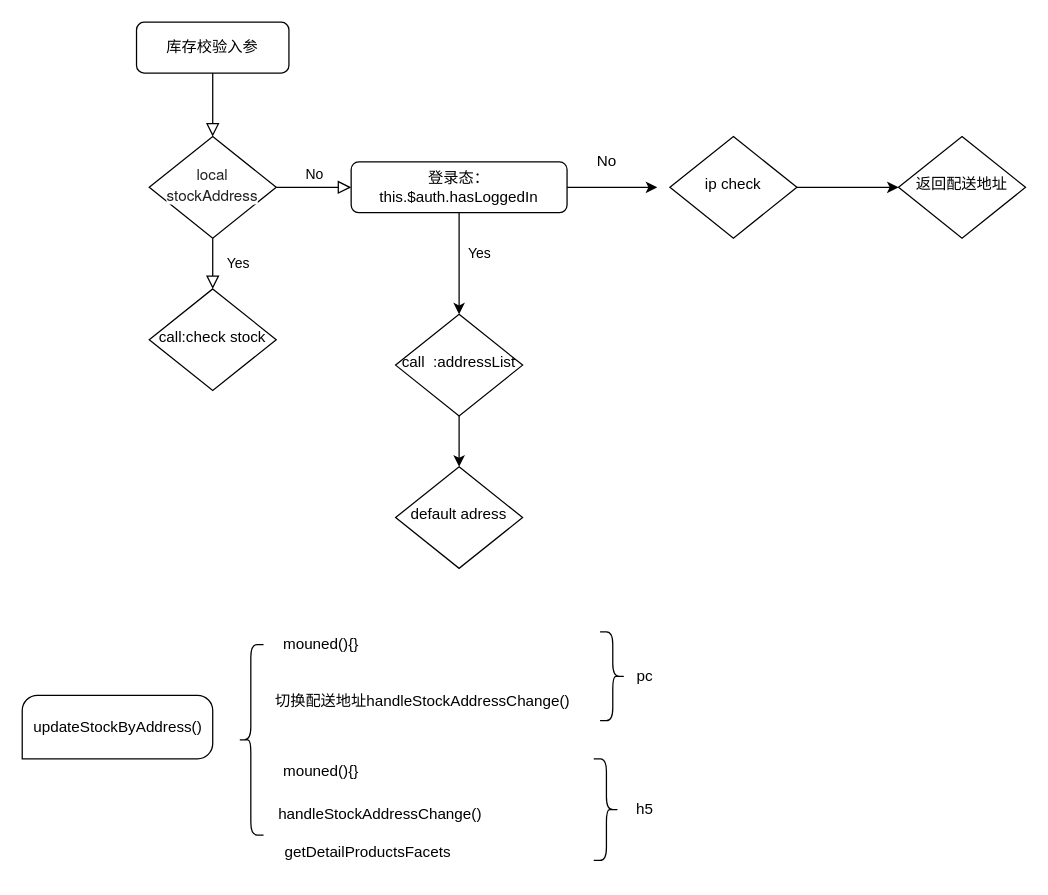
The draw.io diagram 设计/Untitled Diagram.drawio in yifoo/Sidea, before the edit. Source tidied: cells renumbered, new cells numbered last; positions are measured from the earlier drawing's top-left corner, leaving out a move shared by most shapes. Both pictures are drawn from the tidied source at 127%, with x=0, y=0 at pixel (22, 22).
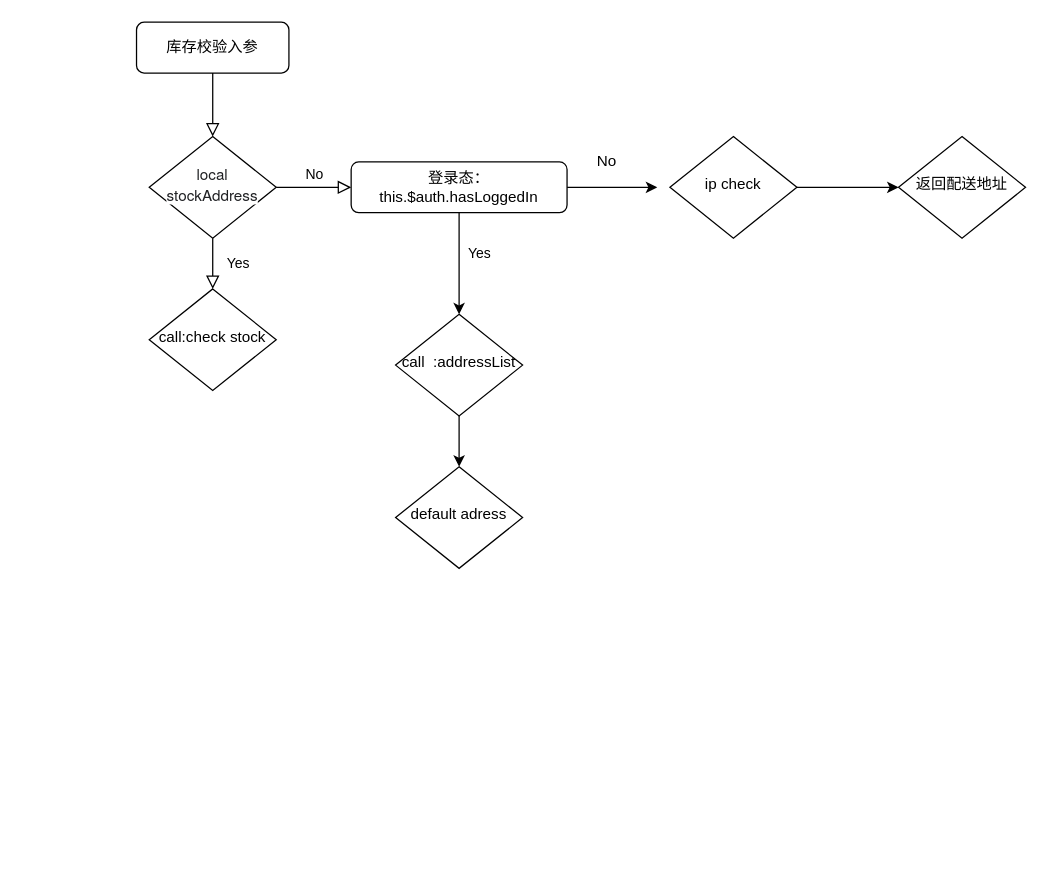
The same page after the edit.

The edit, as a diff of the source:
```diff
@@
-    <mxCell id="19" style="verticalLabelPosition=bottom;verticalAlign=top;html=1;shape=mxgraph.basic.three_corner_round_rect;dx=6;" parent="1" vertex="1">
-      <mxGeometry y="530" width="150" height="50" as="geometry" />
-    </mxCell>
-    <mxCell id="20" style="shape=curlyBracket;whiteSpace=wrap;html=1;rounded=1;" parent="1" vertex="1">
-      <mxGeometry x="170" y="490" width="20" height="150" as="geometry" />
-    </mxCell>
-    <mxCell id="21" value="updateStockByAddress()" style="text;html=1;align=center;verticalAlign=middle;strokeColor=none;fillColor=none;" parent="1" vertex="1">
-      <mxGeometry y="545" width="150" height="20" as="geometry" />
-    </mxCell>
-    <mxCell id="22" value="mouned(){}" style="text;html=1;align=center;verticalAlign=middle;strokeColor=none;fillColor=none;" parent="1" vertex="1">
-      <mxGeometry x="200" y="480" width="70" height="20" as="geometry" />
-    </mxCell>
-    <mxCell id="23" value="切换配送地址handleStockAddressChange()" style="text;html=1;align=center;verticalAlign=middle;strokeColor=none;fillColor=none;" parent="1" vertex="1">
-      <mxGeometry x="190" y="525" width="250" height="20" as="geometry" />
-    </mxCell>
-    <mxCell id="24" style="shape=curlyBracket;whiteSpace=wrap;html=1;rounded=1;flipH=1;" parent="1" vertex="1">
-      <mxGeometry x="455" y="480" width="20" height="70" as="geometry" />
-    </mxCell>
-    <mxCell id="25" value="pc" style="text;html=1;align=center;verticalAlign=middle;strokeColor=none;fillColor=none;" parent="1" vertex="1">
-      <mxGeometry x="475" y="505" width="30" height="20" as="geometry" />
-    </mxCell>
-    <mxCell id="26" value="mouned(){}" style="text;html=1;align=center;verticalAlign=middle;strokeColor=none;fillColor=none;" parent="1" vertex="1">
-      <mxGeometry x="200" y="580" width="70" height="20" as="geometry" />
-    </mxCell>
-    <mxCell id="27" value="&lt;span style=&quot;text-align: center&quot;&gt;handleStockAddressChange()&lt;/span&gt;" style="text;whiteSpace=wrap;html=1;" parent="1" vertex="1">
-      <mxGeometry x="200" y="610" width="80" height="30" as="geometry" />
-    </mxCell>
-    <mxCell id="28" value="getDetailProductsFacets" style="text;whiteSpace=wrap;html=1;" parent="1" vertex="1">
-      <mxGeometry x="205" y="640" width="80" height="30" as="geometry" />
-    </mxCell>
-    <mxCell id="29" style="shape=curlyBracket;whiteSpace=wrap;html=1;rounded=1;flipH=1;size=0.5;" parent="1" vertex="1">
-      <mxGeometry x="450" y="580" width="20" height="80" as="geometry" />
-    </mxCell>
-    <mxCell id="30" value="h5" style="text;html=1;align=center;verticalAlign=middle;strokeColor=none;fillColor=none;" parent="1" vertex="1">
-      <mxGeometry x="475" y="610" width="30" height="20" as="geometry" />
-    </mxCell>
```
